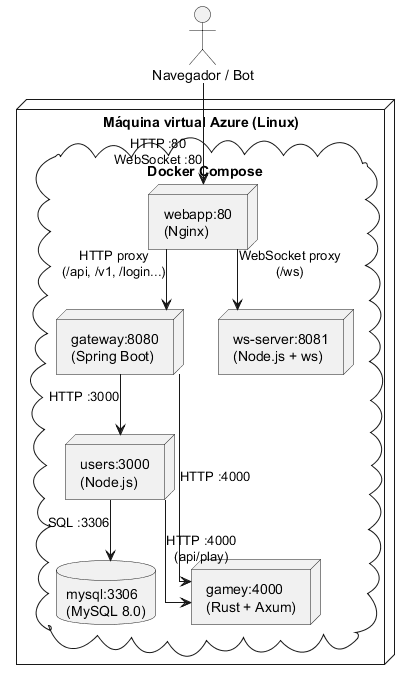
The PlantUML diagram images/deployment-overview.png in Arquisoft/yovi_es4c, before a commit. Source of this version:
```plantuml
@startuml
skinparam linetype ortho

node "Máquina virtual Azure (Linux)" {
  cloud "Docker Compose" {
    node "webapp:80\n(Nginx)" as Nginx
    node "gateway:8080\n(Spring Boot)" as GW
    node "users:3000\n(Node.js)" as US
    node "gamey:4000\n(Rust + Axum)" as GE
    node "ws-server:8081\n(Node.js + ws)" as WS
    database "mysql:3306\n(MySQL 8.0)" as DB
  }
}

actor "Navegador / Bot" as Client

Client --> Nginx : HTTP :80\nWebSocket :80
Nginx --> GW : HTTP proxy\n(/api, /v1, /login...)
Nginx --> WS : WebSocket proxy\n(/ws)
GW --> US : HTTP :3000
GW --> GE : HTTP :4000
US --> GE : HTTP :4000\n(api/play)
US --> DB : SQL :3306
@enduml
```
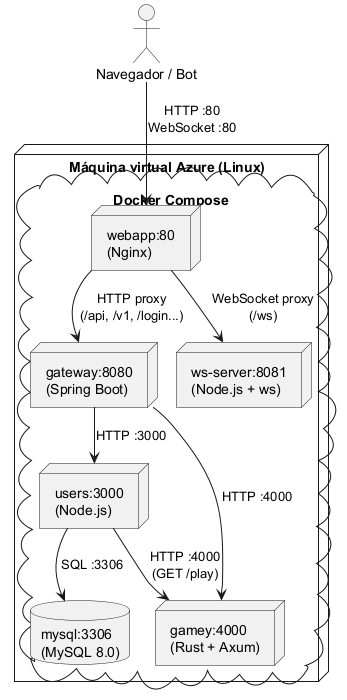
After the change.

The edit, as a diff of the source:
```diff
@@ -19,6 +19,6 @@
 Nginx --> WS : WebSocket proxy\n(/ws)
 GW --> US : HTTP :3000
 GW --> GE : HTTP :4000
-US --> GE : HTTP :4000\n(api/play)
+US --> GE : HTTP :4000\n(GET /play)
 US --> DB : SQL :3306
 @enduml
```
